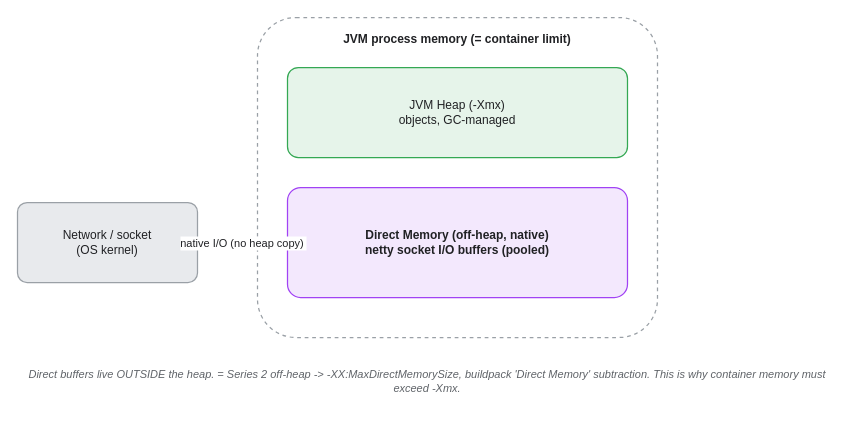
KKamJi98/kkamji98.github.io keeps this draw.io diagram as assets/img/spring/spring-12-netty-direct-memory.drawio. Above is the earlier version. Source tidied: cells renumbered, new cells numbered last; positions are measured from the earlier drawing's top-left corner, leaving out a move shared by most shapes. Both pictures are drawn from the tidied source at 100%, with x=0, y=0 at pixel (17, 17).
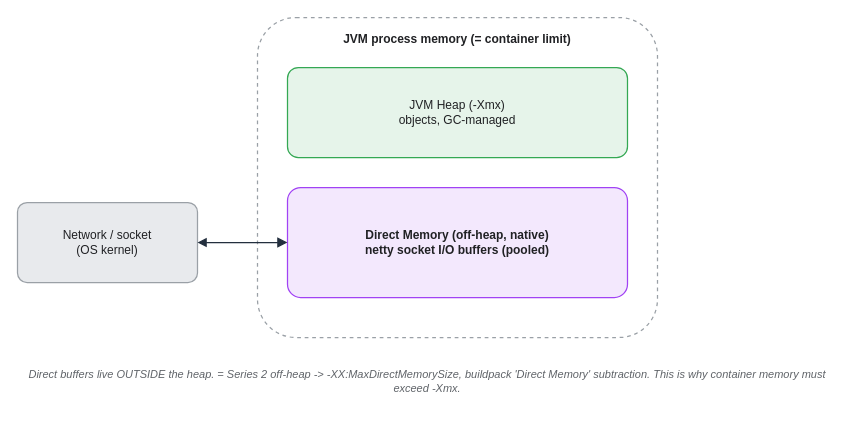
The same diagram, later.

The edit, as a diff of the source:
```diff
@@
 <mxGraphModel background="#FFFFFF">
   <root>
     <mxCell id="0" />
     <mxCell id="1" parent="0" />
     <mxCell id="2" value="JVM process memory (= container limit)" style="rounded=1;whiteSpace=wrap;html=0;arcSize=12;shadow=0;fillColor=#FFFFFF;strokeColor=#9AA0A6;fontColor=#202124;fontStyle=1;verticalAlign=top;align=center;dashed=1;spacingTop=8;strokeWidth=1.25;" parent="1" vertex="1">
       <mxGeometry x="240" width="400" height="320" as="geometry" />
     </mxCell>
     <mxCell id="3" value="JVM Heap (-Xmx)&#10;objects, GC-managed" style="rounded=1;whiteSpace=wrap;html=0;arcSize=12;shadow=0;fillColor=#E6F4EA;strokeColor=#34A853;fontColor=#202124;strokeWidth=1.25;" parent="1" vertex="1">
       <mxGeometry x="270" y="50" width="340" height="90" as="geometry" />
     </mxCell>
     <mxCell id="4" value="Direct Memory (off-heap, native)&#10;netty socket I/O buffers (pooled)" style="rounded=1;whiteSpace=wrap;html=0;arcSize=12;shadow=0;fillColor=#F3E8FD;strokeColor=#A142F4;fontColor=#202124;fontStyle=1;strokeWidth=1.25;" parent="1" vertex="1">
       <mxGeometry x="270" y="170" width="340" height="110" as="geometry" />
     </mxCell>
     <mxCell id="5" value="Network / socket&#10;(OS kernel)" style="rounded=1;whiteSpace=wrap;html=0;arcSize=12;shadow=0;fillColor=#E8EAED;strokeColor=#9AA0A6;fontColor=#202124;strokeWidth=1.25;" parent="1" vertex="1">
       <mxGeometry y="185" width="180" height="80" as="geometry" />
     </mxCell>
     <mxCell id="6" value="Direct buffers live OUTSIDE the heap. = Series 2 off-heap -&gt; -XX:MaxDirectMemorySize, buildpack 'Direct Memory' subtraction. This is why container memory must exceed -Xmx." style="text;html=0;align=center;verticalAlign=middle;whiteSpace=wrap;fontSize=11;fontColor=#5F6368;fontStyle=2;" parent="1" vertex="1">
       <mxGeometry y="342" width="820" height="44" as="geometry" />
     </mxCell>
-    <mxCell id="7" value="native I/O (no heap copy)" style="edgeStyle=orthogonalEdgeStyle;rounded=1;html=0;fontColor=#202124;strokeColor=#232F3E;labelBackgroundColor=#FFFFFF;startArrow=block;endArrow=block;exitX=1;exitY=0.5;exitDx=0;exitDy=0;entryX=0;entryY=0.5;entryDx=0;entryDy=0;strokeWidth=1.25;endSize=7;" parent="1" edge="1" source="5" target="4">
+    <mxCell id="7" style="edgeStyle=orthogonalEdgeStyle;rounded=1;html=0;fontColor=#202124;strokeColor=#232F3E;labelBackgroundColor=none;startArrow=block;endArrow=block;exitX=1;exitY=0.5;exitDx=0;exitDy=0;entryX=0;entryY=0.5;entryDx=0;entryDy=0;strokeWidth=1.25;endSize=7;" parent="1" edge="1" source="5" target="4">
       <mxGeometry relative="1" as="geometry" />
     </mxCell>
   </root>
 </mxGraphModel>
```
